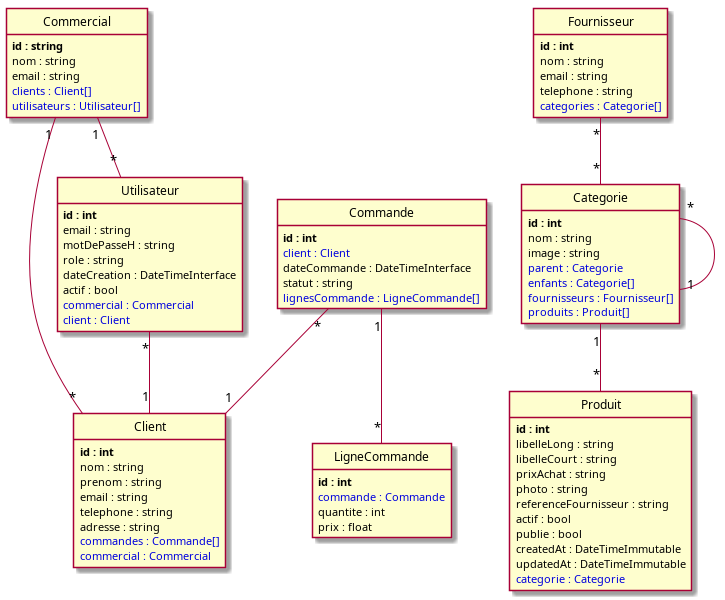
Earlier version of the PlantUML export puml/index.png (GayaPogh/VillageGreen). Its source is kept beside it as puml/index.puml.
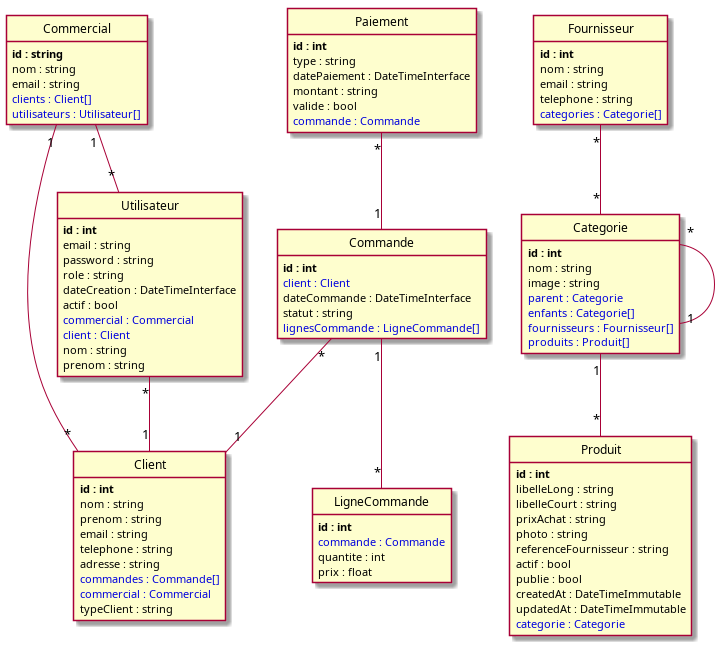
Above is the later version.

Diff of the diagram source:
```diff
@@ -32,6 +32,16 @@
 	adresse : string
 	<color:#0000dd>commandes : Commande[]</color>
 	<color:#0000dd>commercial : Commercial</color>
+	typeClient : string
+}
+
+class Paiement {
+	**id : int**
+	type : string
+	datePaiement : DateTimeInterface
+	montant : string
+	valide : bool
+	<color:#0000dd>commande : Commande</color>
 }
 
 class Categorie {
@@ -47,12 +57,14 @@
 class Utilisateur {
 	**id : int**
 	email : string
-	motDePasseH : string
+	password : string
 	role : string
 	dateCreation : DateTimeInterface
 	actif : bool
 	<color:#0000dd>commercial : Commercial</color>
 	<color:#0000dd>client : Client</color>
+	nom : string
+	prenom : string
 }
 
 class LigneCommande {
@@ -81,6 +93,7 @@
 Fournisseur "*"--"*" Categorie
 Commercial "1"--"*" Client
 Commercial "1"--"*" Utilisateur
+Paiement "*"--"1" Commande
 Categorie "*"--"1" Categorie
 Categorie "1"--"*" Produit
 Utilisateur "*"--"1" Client
```
